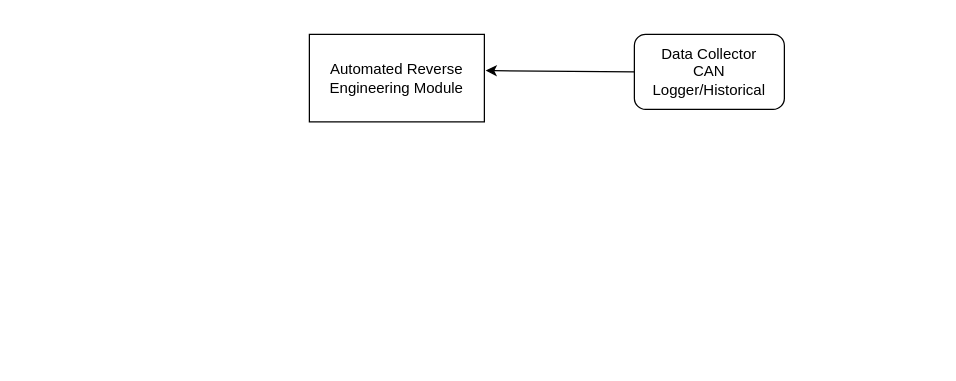
Before: arch.drawio in manujo-varghese/30-Days-Of-Python, a draw.io diagram. Source tidied: cells renumbered, new cells numbered last; positions are measured from the earlier drawing's top-left corner, leaving out a move shared by most shapes. Both pictures are drawn from the tidied source at 125%, with x=0, y=0 at pixel (309, 34).
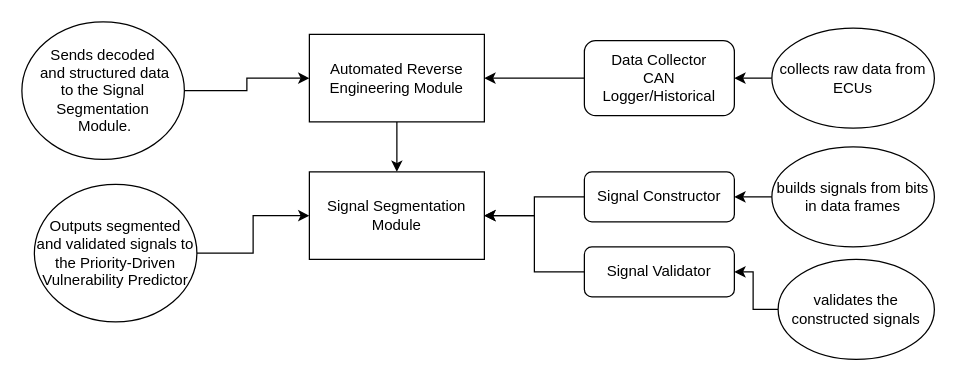
After the change.

The change refers to these unchanged cells:
```xml
<mxCell id="2" value="Automated Reverse Engineering Module" style="rounded=0;whiteSpace=wrap;html=1;" parent="1" vertex="1">
  <mxGeometry width="140" height="70" as="geometry" />
</mxCell>
```

Change to the diagram source:
```diff
@@
+    <mxCell id="5" style="edgeStyle=orthogonalEdgeStyle;rounded=0;jettySize=auto;html=1;" parent="1" edge="1" source="2" target="6">
+      <mxGeometry relative="1" as="geometry" />
+    </mxCell>
@@
+    <mxCell id="4" style="edgeStyle=orthogonalEdgeStyle;rounded=0;jettySize=auto;html=1;" parent="1" edge="1" source="3" target="2">
+      <mxGeometry relative="1" as="geometry" />
+    </mxCell>
     <mxCell id="3" value="Data Collector&lt;br&gt;CAN Logger/Historical" style="rounded=1;whiteSpace=wrap;html=1;" parent="1" vertex="1">
-      <mxGeometry x="260" width="120" height="60" as="geometry" />
+      <mxGeometry x="220" y="5" width="120" height="60" as="geometry" />
     </mxCell>
-    <mxCell id="4" style="endArrow=classic;html=1;rounded=0;exitX=0;exitY=0.5;exitDx=0;exitDy=0;entryX=1.007;entryY=0.414;entryDx=0;entryDy=0;entryPerimeter=0;" parent="1" edge="1" source="3" target="2">
-      <mxGeometry relative="1" as="geometry" />
-    </mxCell>
+    <mxCell id="6" value="Signal Segmentation Module" style="rounded=0;whiteSpace=wrap;html=1;" parent="1" vertex="1">
+      <mxGeometry y="110" width="140" height="70" as="geometry" />
+    </mxCell>
+    <mxCell id="7" style="edgeStyle=orthogonalEdgeStyle;rounded=0;jettySize=auto;html=1;" parent="1" edge="1" source="8" target="2">
+      <mxGeometry relative="1" as="geometry" />
+    </mxCell>
+    <mxCell id="8" value="Sends decoded&lt;br style=&quot;border-color: var(--border-color);&quot;&gt;&lt;span style=&quot;&quot;&gt;&amp;nbsp;and structured data&lt;/span&gt;&lt;br style=&quot;border-color: var(--border-color);&quot;&gt;&lt;span style=&quot;&quot;&gt;to the Signal Segmentation&lt;/span&gt;&lt;br style=&quot;border-color: var(--border-color);&quot;&gt;&lt;span style=&quot;&quot;&gt;&amp;nbsp;Module.&lt;/span&gt;" style="ellipse;whiteSpace=wrap;html=1;" parent="1" vertex="1">
+      <mxGeometry x="-230" y="-10" width="130" height="110" as="geometry" />
+    </mxCell>
+    <mxCell id="9" style="edgeStyle=orthogonalEdgeStyle;rounded=0;jettySize=auto;html=1;" parent="1" edge="1" source="10" target="6">
+      <mxGeometry relative="1" as="geometry" />
+    </mxCell>
+    <mxCell id="10" value="Signal Constructor" style="rounded=1;whiteSpace=wrap;html=1;" parent="1" vertex="1">
+      <mxGeometry x="220" y="110" width="120" height="40" as="geometry" />
+    </mxCell>
+    <mxCell id="11" style="edgeStyle=orthogonalEdgeStyle;rounded=0;jettySize=auto;html=1;" parent="1" edge="1" source="12" target="6">
+      <mxGeometry relative="1" as="geometry" />
+    </mxCell>
+    <mxCell id="12" value="Signal Validator" style="rounded=1;whiteSpace=wrap;html=1;" parent="1" vertex="1">
+      <mxGeometry x="220" y="170" width="120" height="40" as="geometry" />
+    </mxCell>
+    <mxCell id="13" style="edgeStyle=orthogonalEdgeStyle;rounded=0;jettySize=auto;html=1;" parent="1" edge="1" source="14" target="10">
+      <mxGeometry relative="1" as="geometry" />
+    </mxCell>
+    <mxCell id="14" value="builds signals from bits in data frames" style="ellipse;whiteSpace=wrap;html=1;" parent="1" vertex="1">
+      <mxGeometry x="370" y="90" width="130" height="80" as="geometry" />
+    </mxCell>
+    <mxCell id="15" style="edgeStyle=orthogonalEdgeStyle;rounded=0;jettySize=auto;html=1;" parent="1" edge="1" source="16" target="12">
+      <mxGeometry relative="1" as="geometry" />
+    </mxCell>
+    <mxCell id="16" value="validates the constructed signals" style="ellipse;whiteSpace=wrap;html=1;" parent="1" vertex="1">
+      <mxGeometry x="375" y="180" width="125" height="80" as="geometry" />
+    </mxCell>
+    <mxCell id="17" style="edgeStyle=orthogonalEdgeStyle;rounded=0;jettySize=auto;html=1;" parent="1" edge="1" source="18" target="6">
+      <mxGeometry relative="1" as="geometry" />
+    </mxCell>
+    <mxCell id="18" value="Outputs segmented and validated signals to the Priority-Driven Vulnerability Predictor" style="ellipse;whiteSpace=wrap;html=1;" parent="1" vertex="1">
+      <mxGeometry x="-220" y="120" width="130" height="110" as="geometry" />
+    </mxCell>
+    <mxCell id="19" style="edgeStyle=orthogonalEdgeStyle;rounded=0;jettySize=auto;html=1;" parent="1" edge="1" source="20" target="3">
+      <mxGeometry relative="1" as="geometry" />
+    </mxCell>
+    <mxCell id="20" value="collects raw data from ECUs" style="ellipse;whiteSpace=wrap;html=1;" parent="1" vertex="1">
+      <mxGeometry x="370" y="-5" width="130" height="80" as="geometry" />
+    </mxCell>
```
